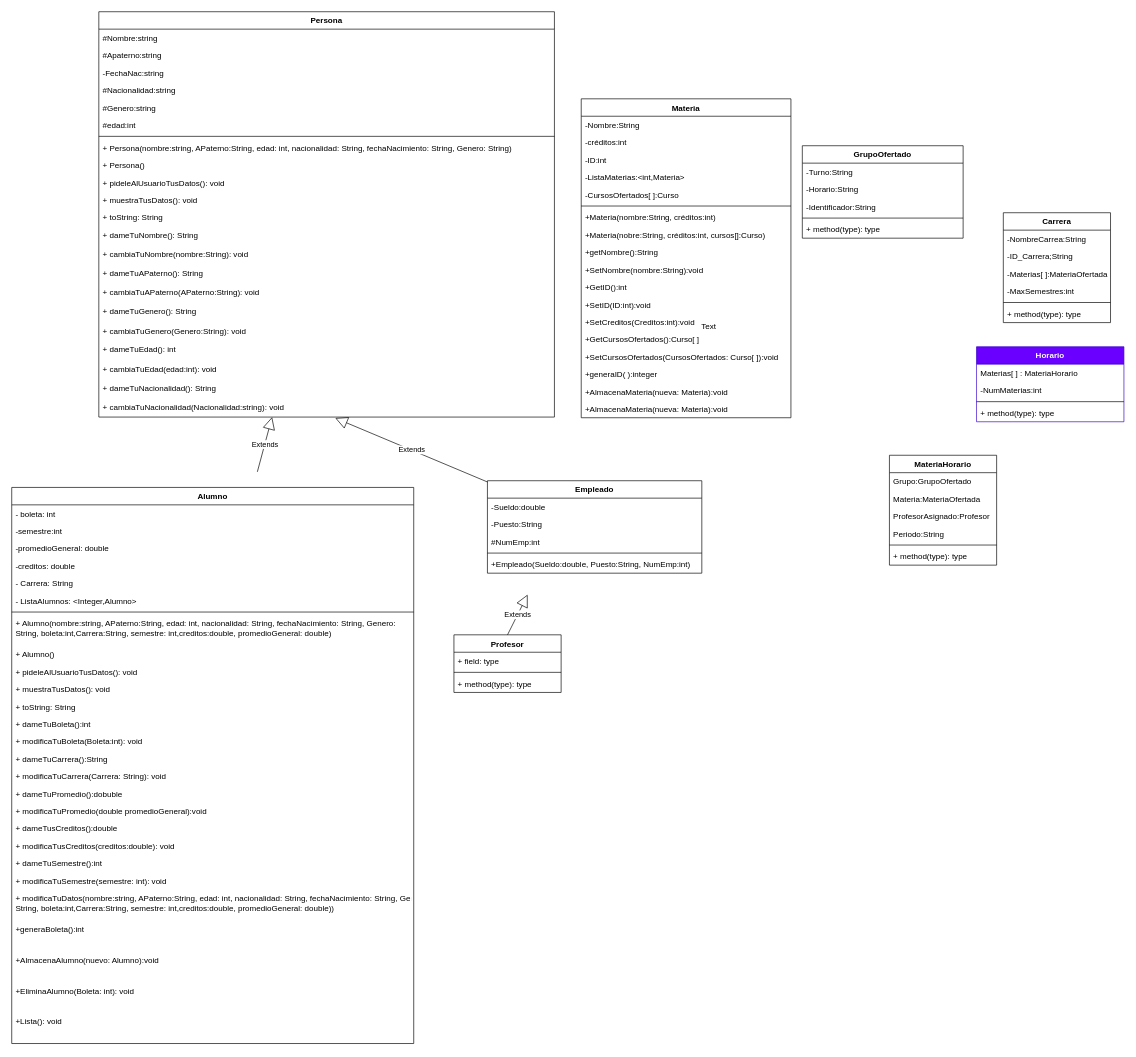
Sam200018/ControlEscolar keeps this draw.io diagram as ControlEscolar.drawio. Above is the earlier version. Source tidied: cells renumbered, new cells numbered last; positions are measured from the earlier drawing's top-left corner, leaving out a move shared by most shapes. Both pictures are drawn from the tidied source at 67%, with x=0, y=0 at pixel (11, 11).
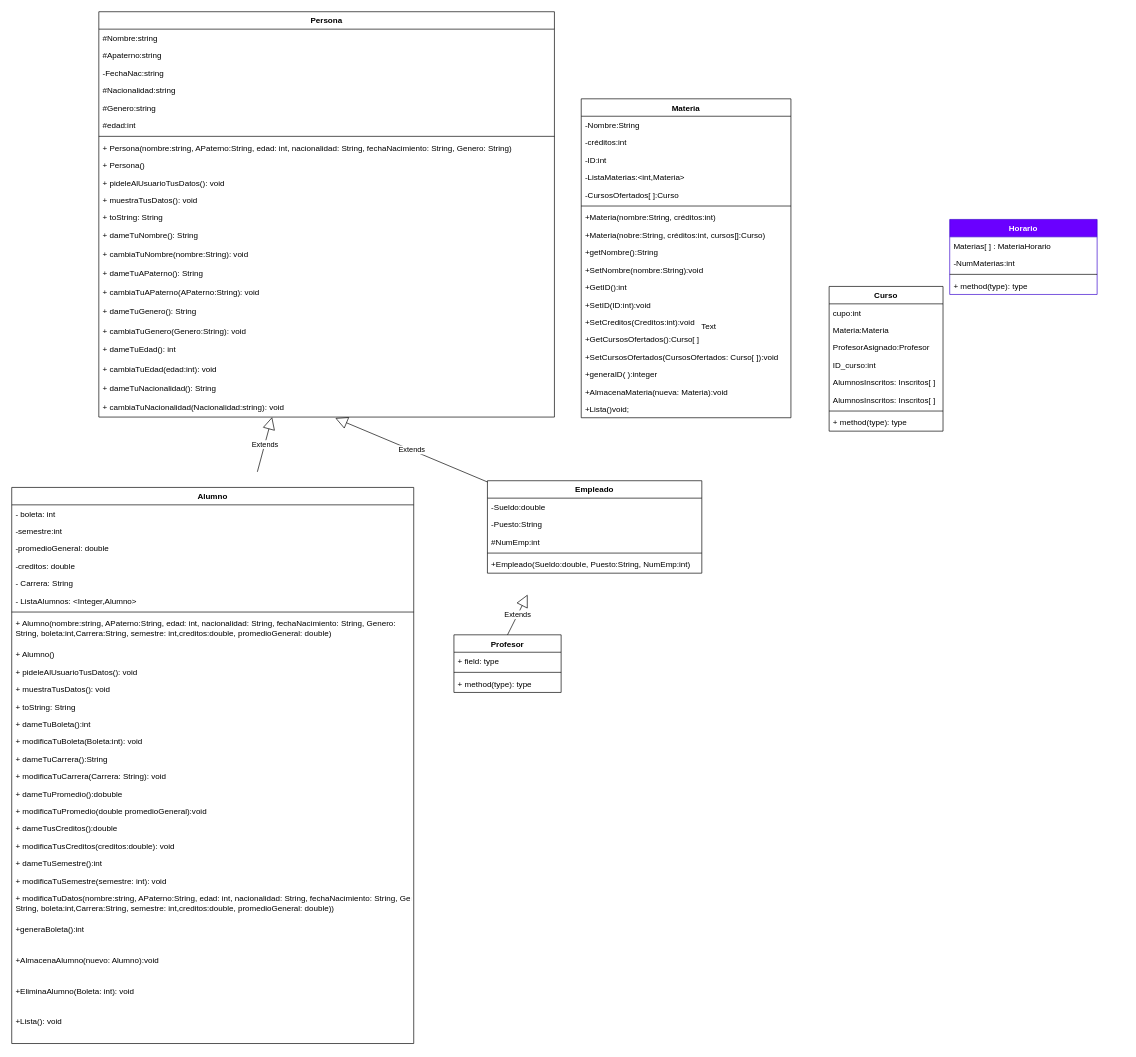
The same diagram, later.

The change refers to these unchanged cells:
```xml
<mxCell id="57" value="Materia" style="swimlane;fontStyle=1;align=center;verticalAlign=top;horizontal=1;startSize=26;" parent="1" vertex="1">
  <mxGeometry x="850" y="130" width="313" height="476" as="geometry" />
</mxCell>
```

The edit, as a diff of the source:
```diff
@@
-    <mxCell id="75" value="+AlmacenaMateria(nueva: Materia):void" style="text;strokeColor=none;fillColor=none;align=left;verticalAlign=top;spacingLeft=4;spacingRight=4;overflow=hidden;" parent="57" vertex="1">
+    <mxCell id="75" value="+Lista()void;" style="text;strokeColor=none;fillColor=none;align=left;verticalAlign=top;spacingLeft=4;spacingRight=4;overflow=hidden;" parent="57" vertex="1">
       <mxGeometry y="450" width="313" height="26" as="geometry" />
     </mxCell>
-    <mxCell id="76" value="GrupoOfertado" style="swimlane;fontStyle=1;align=center;verticalAlign=top;horizontal=1;startSize=26;" parent="1" vertex="1">
-      <mxGeometry x="1180" y="200" width="240" height="138" as="geometry" />
-    </mxCell>
-    <mxCell id="77" value="-Turno:String" style="text;strokeColor=none;fillColor=none;align=left;verticalAlign=top;spacingLeft=4;spacingRight=4;overflow=hidden;" parent="76" vertex="1">
-      <mxGeometry y="26" width="240" height="26" as="geometry" />
-    </mxCell>
-    <mxCell id="78" value="-Horario:String" style="text;strokeColor=none;fillColor=none;align=left;verticalAlign=top;spacingLeft=4;spacingRight=4;overflow=hidden;" parent="76" vertex="1">
-      <mxGeometry y="52" width="240" height="26" as="geometry" />
-    </mxCell>
-    <mxCell id="79" value="-Identificador:String&#10;" style="text;strokeColor=none;fillColor=none;align=left;verticalAlign=top;spacingLeft=4;spacingRight=4;overflow=hidden;" parent="76" vertex="1">
-      <mxGeometry y="78" width="240" height="26" as="geometry" />
-    </mxCell>
-    <mxCell id="80" style="line;strokeWidth=1;fillColor=none;align=left;verticalAlign=middle;spacingTop=-1;spacingLeft=3;spacingRight=3;labelPosition=right;" parent="76" vertex="1">
-      <mxGeometry y="104" width="240" height="8" as="geometry" />
-    </mxCell>
-    <mxCell id="81" value="+ method(type): type" style="text;strokeColor=none;fillColor=none;align=left;verticalAlign=top;spacingLeft=4;spacingRight=4;overflow=hidden;" parent="76" vertex="1">
-      <mxGeometry y="112" width="240" height="26" as="geometry" />
-    </mxCell>
@@
-    <mxCell id="88" value="Carrera" style="swimlane;fontStyle=1;align=center;verticalAlign=top;horizontal=1;startSize=26;" parent="1" vertex="1">
-      <mxGeometry x="1480" y="300" width="160" height="164" as="geometry" />
-    </mxCell>
-    <mxCell id="89" value="-NombreCarrea:String" style="text;strokeColor=none;fillColor=none;align=left;verticalAlign=top;spacingLeft=4;spacingRight=4;overflow=hidden;" parent="88" vertex="1">
-      <mxGeometry y="26" width="160" height="26" as="geometry" />
-    </mxCell>
-    <mxCell id="90" value="-ID_Carrera;String&#10;" style="text;strokeColor=none;fillColor=none;align=left;verticalAlign=top;spacingLeft=4;spacingRight=4;overflow=hidden;" parent="88" vertex="1">
-      <mxGeometry y="52" width="160" height="26" as="geometry" />
-    </mxCell>
-    <mxCell id="91" value="-Materias[ ]:MateriaOfertada" style="text;strokeColor=none;fillColor=none;align=left;verticalAlign=top;spacingLeft=4;spacingRight=4;overflow=hidden;" parent="88" vertex="1">
-      <mxGeometry y="78" width="160" height="26" as="geometry" />
-    </mxCell>
-    <mxCell id="92" value="-MaxSemestres:int&#10;" style="text;strokeColor=none;fillColor=none;align=left;verticalAlign=top;spacingLeft=4;spacingRight=4;overflow=hidden;" parent="88" vertex="1">
-      <mxGeometry y="104" width="160" height="26" as="geometry" />
-    </mxCell>
-    <mxCell id="93" style="line;strokeWidth=1;fillColor=none;align=left;verticalAlign=middle;spacingTop=-1;spacingLeft=3;spacingRight=3;labelPosition=right;" parent="88" vertex="1">
-      <mxGeometry y="130" width="160" height="8" as="geometry" />
-    </mxCell>
-    <mxCell id="94" value="+ method(type): type" style="text;strokeColor=none;fillColor=none;align=left;verticalAlign=top;spacingLeft=4;spacingRight=4;overflow=hidden;" parent="88" vertex="1">
-      <mxGeometry y="138" width="160" height="26" as="geometry" />
-    </mxCell>
-    <mxCell id="95" value="MateriaHorario" style="swimlane;fontStyle=1;align=center;verticalAlign=top;horizontal=1;startSize=26;" parent="1" vertex="1">
-      <mxGeometry x="1310" y="662" width="160" height="164" as="geometry" />
+    <mxCell id="95" value="Curso" style="swimlane;fontStyle=1;align=center;verticalAlign=top;horizontal=1;startSize=26;" parent="1" vertex="1">
+      <mxGeometry x="1220" y="410" width="170" height="216" as="geometry" />
     </mxCell>
-    <mxCell id="96" value="Grupo:GrupoOfertado" style="text;strokeColor=none;fillColor=none;align=left;verticalAlign=top;spacingLeft=4;spacingRight=4;overflow=hidden;" parent="95" vertex="1">
-      <mxGeometry y="26" width="160" height="26" as="geometry" />
+    <mxCell id="96" value="cupo:int" style="text;strokeColor=none;fillColor=none;align=left;verticalAlign=top;spacingLeft=4;spacingRight=4;overflow=hidden;" parent="95" vertex="1">
+      <mxGeometry y="26" width="170" height="26" as="geometry" />
     </mxCell>
-    <mxCell id="97" value="Materia:MateriaOfertada" style="text;strokeColor=none;fillColor=none;align=left;verticalAlign=top;spacingLeft=4;spacingRight=4;overflow=hidden;" parent="95" vertex="1">
-      <mxGeometry y="52" width="160" height="26" as="geometry" />
+    <mxCell id="97" value="Materia:Materia" style="text;strokeColor=none;fillColor=none;align=left;verticalAlign=top;spacingLeft=4;spacingRight=4;overflow=hidden;" parent="95" vertex="1">
+      <mxGeometry y="52" width="170" height="26" as="geometry" />
     </mxCell>
     <mxCell id="98" value="ProfesorAsignado:Profesor" style="text;strokeColor=none;fillColor=none;align=left;verticalAlign=top;spacingLeft=4;spacingRight=4;overflow=hidden;" parent="95" vertex="1">
-      <mxGeometry y="78" width="160" height="26" as="geometry" />
+      <mxGeometry y="78" width="170" height="26" as="geometry" />
     </mxCell>
-    <mxCell id="99" value="Periodo:String" style="text;strokeColor=none;fillColor=none;align=left;verticalAlign=top;spacingLeft=4;spacingRight=4;overflow=hidden;" parent="95" vertex="1">
-      <mxGeometry y="104" width="160" height="26" as="geometry" />
+    <mxCell id="99" value="ID_curso:int" style="text;strokeColor=none;fillColor=none;align=left;verticalAlign=top;spacingLeft=4;spacingRight=4;overflow=hidden;" parent="95" vertex="1">
+      <mxGeometry y="104" width="170" height="26" as="geometry" />
     </mxCell>
+    <mxCell id="111" value="AlumnosInscritos: Inscritos[ ] " style="text;strokeColor=none;fillColor=none;align=left;verticalAlign=top;spacingLeft=4;spacingRight=4;overflow=hidden;" parent="95" vertex="1">
+      <mxGeometry y="130" width="170" height="26" as="geometry" />
+    </mxCell>
+    <mxCell id="112" value="AlumnosInscritos: Inscritos[ ] " style="text;strokeColor=none;fillColor=none;align=left;verticalAlign=top;spacingLeft=4;spacingRight=4;overflow=hidden;" parent="95" vertex="1">
+      <mxGeometry y="156" width="170" height="26" as="geometry" />
+    </mxCell>
     <mxCell id="100" style="line;strokeWidth=1;fillColor=none;align=left;verticalAlign=middle;spacingTop=-1;spacingLeft=3;spacingRight=3;labelPosition=right;" parent="95" vertex="1">
-      <mxGeometry y="130" width="160" height="8" as="geometry" />
+      <mxGeometry y="182" width="170" height="8" as="geometry" />
     </mxCell>
     <mxCell id="101" value="+ method(type): type" style="text;strokeColor=none;fillColor=none;align=left;verticalAlign=top;spacingLeft=4;spacingRight=4;overflow=hidden;" parent="95" vertex="1">
-      <mxGeometry y="138" width="160" height="26" as="geometry" />
+      <mxGeometry y="190" width="170" height="26" as="geometry" />
     </mxCell>
     <mxCell id="102" value="Horario" style="swimlane;fontStyle=1;align=center;verticalAlign=top;horizontal=1;startSize=26;fillColor=#6a00ff;strokeColor=#3700CC;fontColor=#ffffff;" parent="1" vertex="1">
-      <mxGeometry x="1440" y="500" width="220" height="112" as="geometry" />
+      <mxGeometry x="1400" y="310" width="220" height="112" as="geometry" />
     </mxCell>
```
